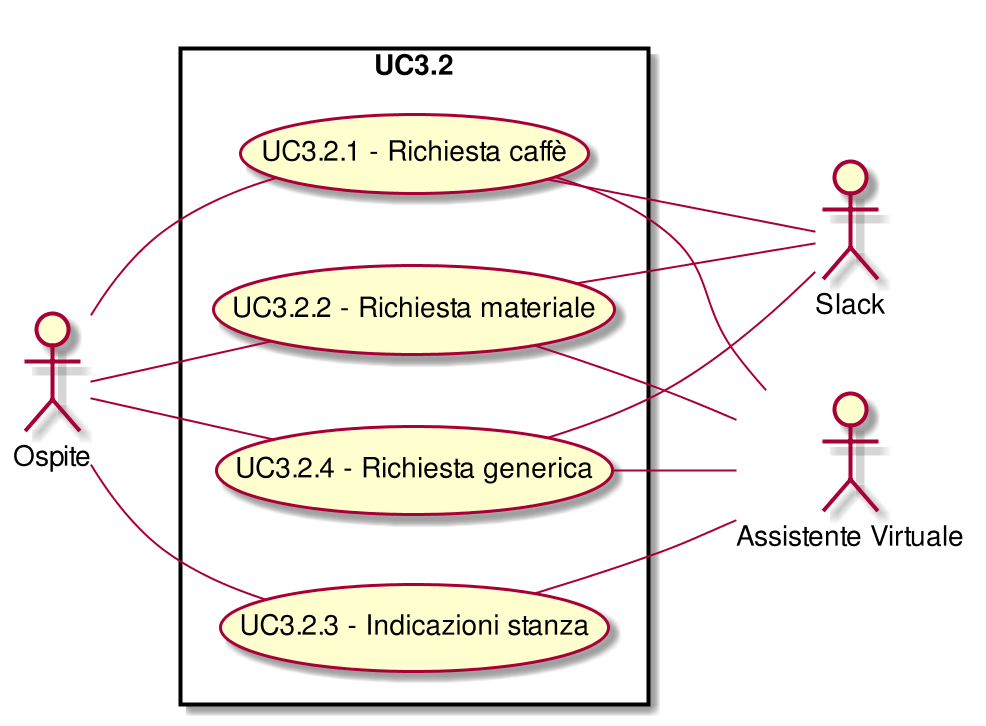
Earlier version of the PlantUML export RQ/Esterni/AnalisiDeiRequisiti/images/UseCaseUC32.png (CoCodeSWE/Docs).
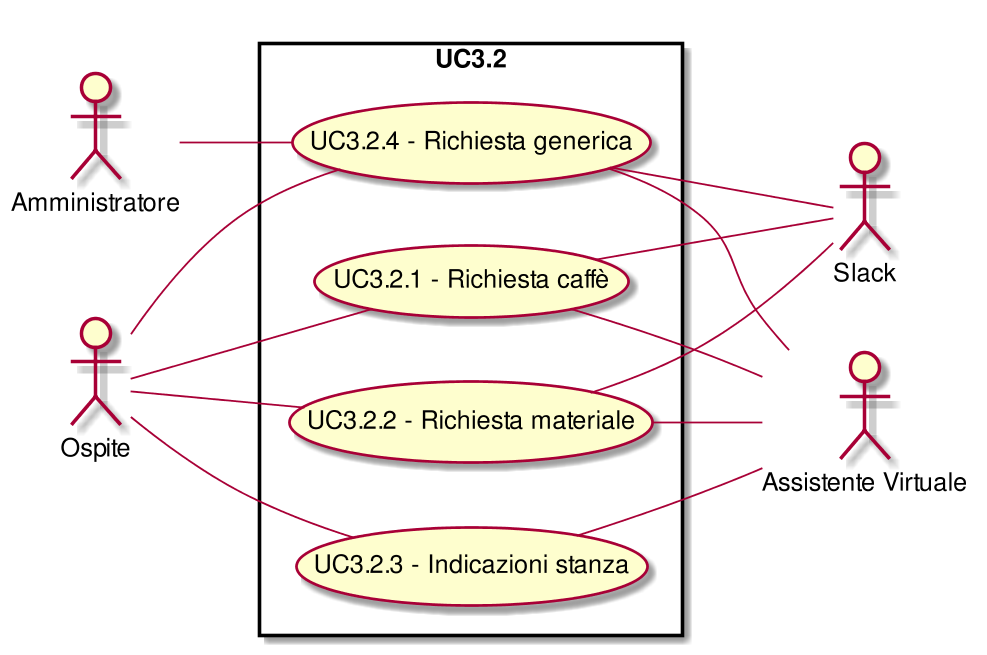
The same diagram one commit later.

Change to the diagram source:
```diff
@@ -5,6 +5,7 @@
 :Ospite:
 :Slack:
 :Assistente Virtuale:
+:Amministratore:
 rectangle UC3.2{
 ( UC3.2.1 - Richiesta caffè ) as (UC3.2.1)
 :Ospite:--(UC3.2.1)
@@ -27,6 +28,8 @@
 ( UC3.2.4 - Richiesta generica ) as (UC3.2.4)
 (UC3.2.4)--:Slack:
 ( UC3.2.4 - Richiesta generica ) as (UC3.2.4)
+:Amministratore:--(UC3.2.4)
+( UC3.2.4 - Richiesta generica ) as (UC3.2.4)
 (UC3.2.4)--:Assistente Virtuale:
 }
 @enduml
```
